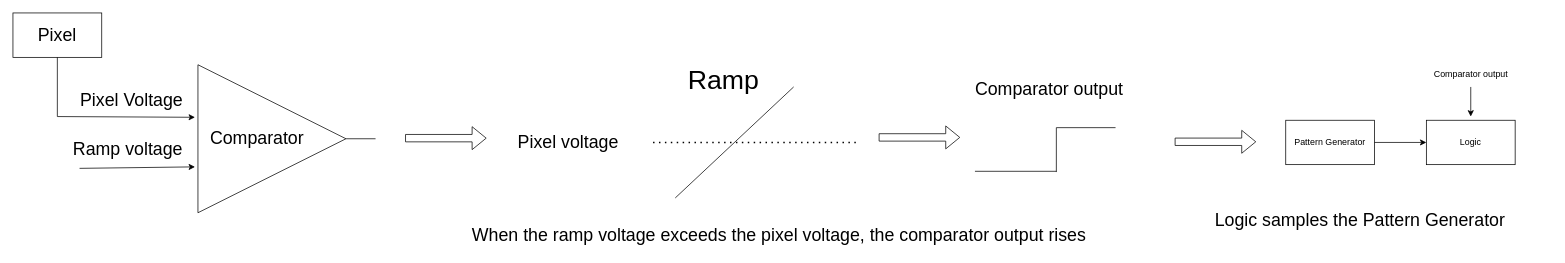
This is Diagrams/comparator.drawio from sabarioded/Patterns_Project, a draw.io file, before an edit. Source tidied: cells renumbered, new cells numbered last; positions are measured from the earlier drawing's top-left corner, leaving out a move shared by most shapes. Both pictures are drawn from the tidied source at 74%, with x=0, y=0 at pixel (13, 13).
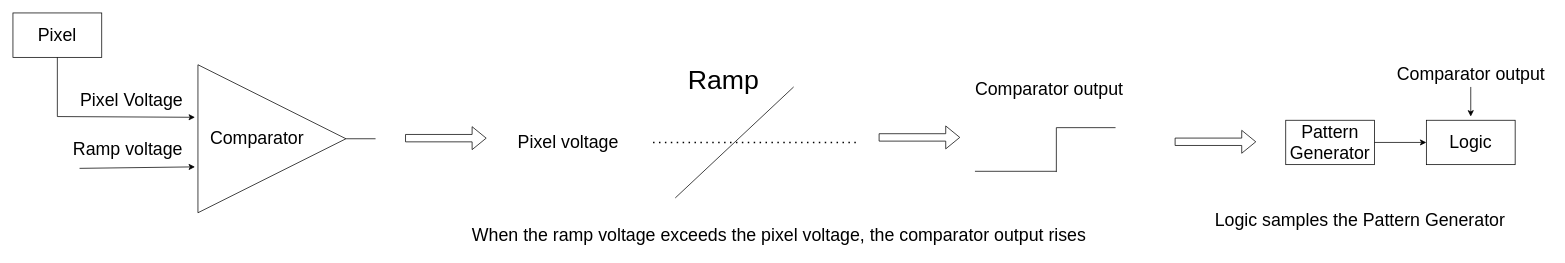
Above is the later version.

The edit, as a diff of the source:
```diff
@@
-    <mxCell id="22" value="Pattern Generator" style="rounded=0;whiteSpace=wrap;html=1;" parent="1" vertex="1">
+    <mxCell id="22" value="&lt;font style=&quot;font-size: 24px;&quot;&gt;Pattern Generator&lt;/font&gt;" style="rounded=0;whiteSpace=wrap;html=1;" parent="1" vertex="1">
       <mxGeometry x="1720" y="145" width="120" height="60" as="geometry" />
     </mxCell>
-    <mxCell id="23" value="Logic" style="rounded=0;whiteSpace=wrap;html=1;" parent="1" vertex="1">
+    <mxCell id="23" value="&lt;font style=&quot;font-size: 24px;&quot;&gt;Logic&lt;/font&gt;" style="rounded=0;whiteSpace=wrap;html=1;" parent="1" vertex="1">
       <mxGeometry x="1910" y="145" width="120" height="60" as="geometry" />
     </mxCell>
@@
-    <mxCell id="25" value="Comparator output" style="text;html=1;align=center;verticalAlign=middle;strokeColor=none;fillColor=none;" parent="1" vertex="1">
-      <mxGeometry x="1910" y="68" width="120" height="30" as="geometry" />
+    <mxCell id="25" value="&lt;font style=&quot;font-size: 24px;&quot;&gt;Comparator output&lt;/font&gt;" style="text;html=1;align=center;verticalAlign=middle;strokeColor=none;fillColor=none;" parent="1" vertex="1">
+      <mxGeometry x="1860" y="63" width="220" height="40" as="geometry" />
     </mxCell>
```
